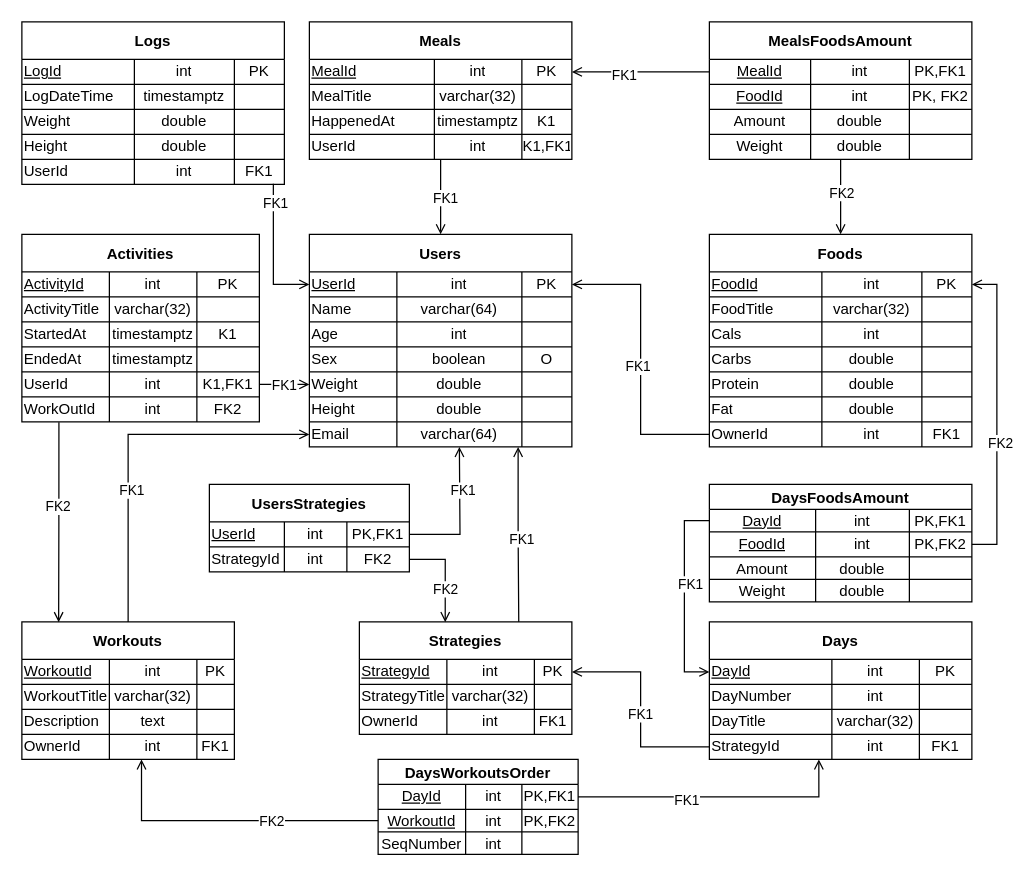
This is pdm.drawio from Emgariko/dbms-project, a draw.io file, before an edit. Source tidied: cells renumbered, new cells numbered last; positions are measured from the earlier drawing's top-left corner, leaving out a move shared by most shapes. Both pictures are drawn from the tidied source at 125%, with x=0, y=0 at pixel (21, 21).
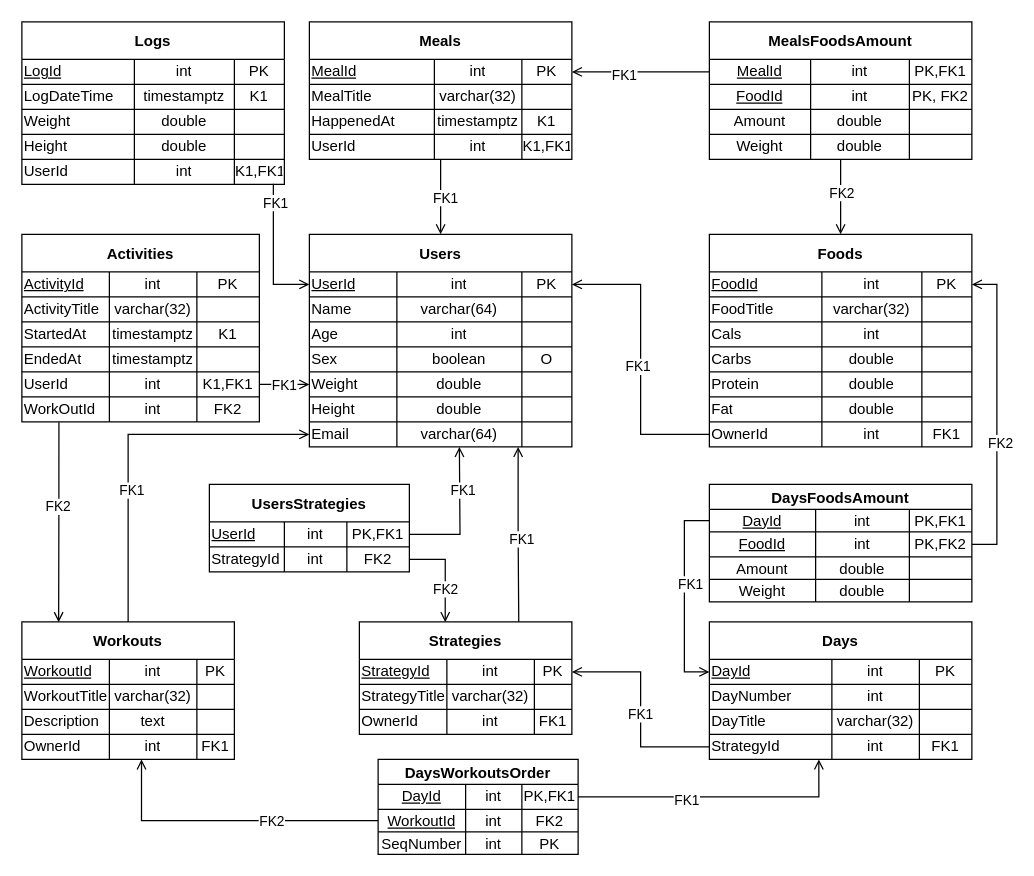
The same diagram, later.

Unchanged cells that the change refers to:
```xml
<mxCell id="53" style="shape=tableRow;horizontal=0;startSize=0;swimlaneHead=0;swimlaneBody=0;top=0;left=0;bottom=0;right=0;fillColor=none;html=0;" parent="48" vertex="1">
  <mxGeometry y="50" width="210" height="20" as="geometry" />
</mxCell>
<mxCell id="65" style="shape=tableRow;horizontal=0;startSize=0;swimlaneHead=0;swimlaneBody=0;top=0;left=0;bottom=0;right=0;fillColor=none;points=[[0,0.5],[1,0.5]];portConstraint=eastwest;html=0;" parent="48" vertex="1">
  <mxGeometry y="110" width="210" height="20" as="geometry" />
</mxCell>
<mxCell id="183" style="shape=tableRow;horizontal=0;startSize=0;swimlaneHead=0;swimlaneBody=0;top=0;left=0;bottom=0;right=0;fillColor=none;points=[[0,0.5],[1,0.5]];portConstraint=eastwest;html=0;" parent="178" vertex="1">
  <mxGeometry y="40" width="160" height="18" as="geometry" />
</mxCell>
<mxCell id="187" style="shape=tableRow;horizontal=0;startSize=0;swimlaneHead=0;swimlaneBody=0;top=0;left=0;bottom=0;right=0;fillColor=none;html=0;" parent="178" vertex="1">
  <mxGeometry y="58" width="160" height="18" as="geometry" />
</mxCell>
```

Change to the diagram source:
```diff
@@
-    <mxCell id="56" style="shape=partialRectangle;html=1;whiteSpace=wrap;fillColor=none;top=0;left=0;bottom=0;right=0;overflow=hidden;" parent="53" vertex="1">
+    <mxCell id="56" value="K1" style="shape=partialRectangle;html=1;whiteSpace=wrap;fillColor=none;top=0;left=0;bottom=0;right=0;overflow=hidden;" parent="53" vertex="1">
       <mxGeometry x="170" width="40" height="20" as="geometry" />
     </mxCell>
@@
-    <mxCell id="68" value="FK1" style="shape=partialRectangle;html=1;whiteSpace=wrap;fillColor=none;top=0;left=0;bottom=0;right=0;overflow=hidden;" parent="65" vertex="1">
+    <mxCell id="68" value="K1,FK1" style="shape=partialRectangle;html=1;whiteSpace=wrap;fillColor=none;top=0;left=0;bottom=0;right=0;overflow=hidden;" parent="65" vertex="1">
       <mxGeometry x="170" width="40" height="20" as="geometry" />
     </mxCell>
@@
-    <mxCell id="186" value="PK,FK2" style="shape=partialRectangle;html=1;whiteSpace=wrap;fillColor=none;top=0;left=0;bottom=0;right=0;overflow=hidden;" parent="183" vertex="1">
+    <mxCell id="186" value="FK2" style="shape=partialRectangle;html=1;whiteSpace=wrap;fillColor=none;top=0;left=0;bottom=0;right=0;overflow=hidden;" parent="183" vertex="1">
       <mxGeometry x="115" width="45" height="18" as="geometry" />
     </mxCell>
@@
-    <mxCell id="190" style="shape=partialRectangle;html=1;whiteSpace=wrap;fillColor=none;top=0;left=0;bottom=0;right=0;overflow=hidden;" parent="187" vertex="1">
+    <mxCell id="190" value="PK" style="shape=partialRectangle;html=1;whiteSpace=wrap;fillColor=none;top=0;left=0;bottom=0;right=0;overflow=hidden;" parent="187" vertex="1">
       <mxGeometry x="115" width="45" height="18" as="geometry" />
     </mxCell>
```
